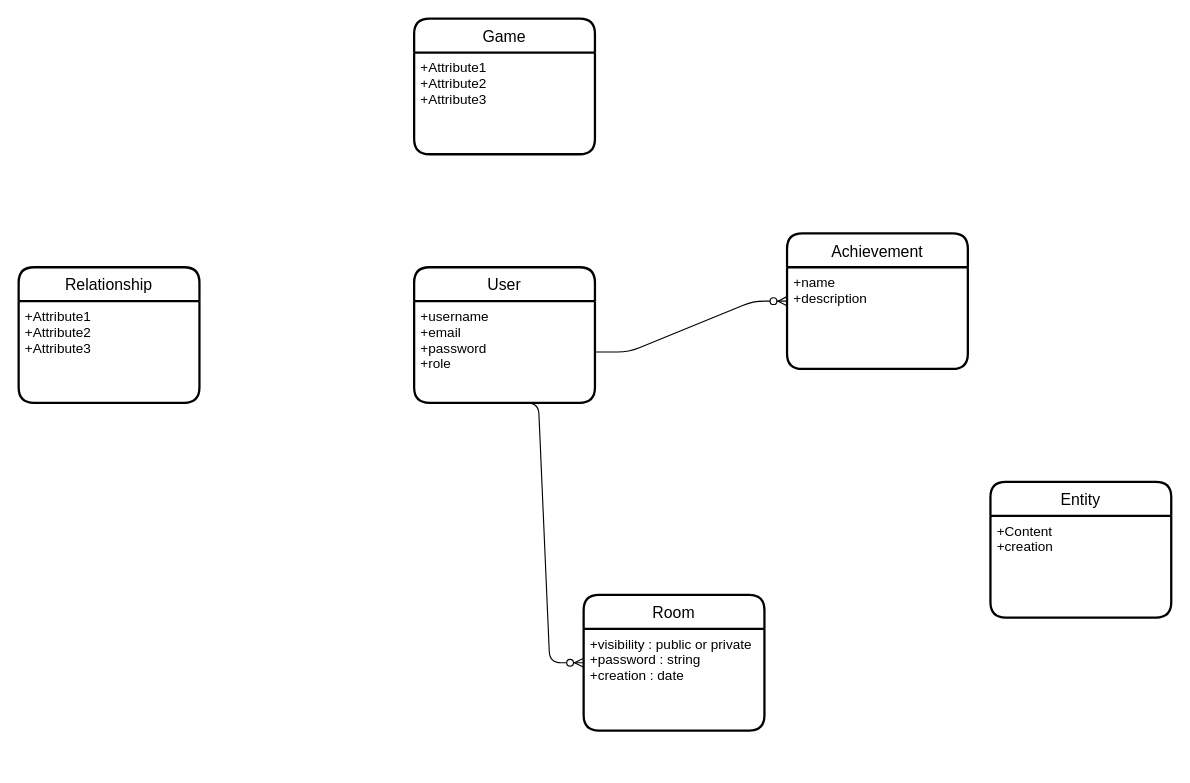
Above: reference/db-schema-relationship.drawio in Working-From-Home/ft_transcendence (draw.io), before the change. Source tidied: cells renumbered, new cells numbered last; positions are measured from the earlier drawing's top-left corner, leaving out a move shared by most shapes. Both pictures are drawn from the tidied source at 113%, with x=0, y=0 at pixel (18, 18).
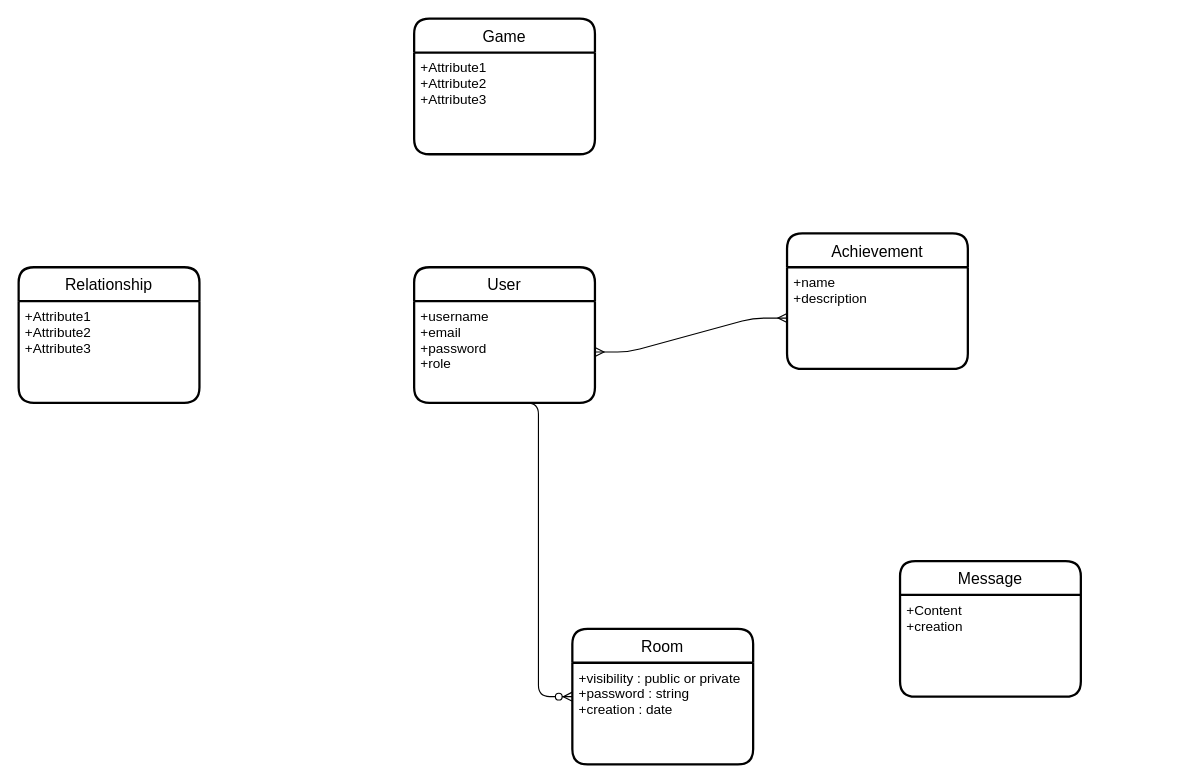
After the change.

Commit message (it also covers changes not shown here):
poc db schema

Change to the diagram source:
```diff
@@
 <mxGraphModel>
   <root>
     <mxCell id="0" />
     <mxCell id="1" parent="0" />
     <mxCell id="2" value="User" style="swimlane;horizontal=1;startSize=30;rounded=1;fontSize=14;fontStyle=0;strokeWidth=2;shadow=0;dashed=0;align=center;" parent="1" vertex="1">
       <mxGeometry x="350" y="220" width="160" height="120" as="geometry" />
     </mxCell>
     <mxCell id="3" value="+username&#10;+email&#10;+password&#10;+role" style="align=left;strokeColor=none;fillColor=none;spacingLeft=4;fontSize=12;verticalAlign=top;" parent="2" vertex="1">
       <mxGeometry y="30" width="160" height="90" as="geometry" />
     </mxCell>
     <mxCell id="4" value="Achievement" style="swimlane;horizontal=1;startSize=30;rounded=1;fontSize=14;fontStyle=0;strokeWidth=2;shadow=0;dashed=0;align=center;" parent="1" vertex="1">
       <mxGeometry x="680" y="190" width="160" height="120" as="geometry" />
     </mxCell>
     <mxCell id="5" value="+name&#10;+description" style="align=left;strokeColor=none;fillColor=none;spacingLeft=4;fontSize=12;verticalAlign=top;" parent="4" vertex="1">
       <mxGeometry y="30" width="160" height="90" as="geometry" />
     </mxCell>
     <mxCell id="6" value="Room" style="swimlane;horizontal=1;startSize=30;rounded=1;fontSize=14;fontStyle=0;strokeWidth=2;shadow=0;dashed=0;align=center;" parent="1" vertex="1">
-      <mxGeometry x="500" y="510" width="160" height="120" as="geometry" />
+      <mxGeometry x="490" y="540" width="160" height="120" as="geometry" />
     </mxCell>
     <mxCell id="7" value="+visibility : public or private&#10;+password : string&#10;+creation : date" style="align=left;strokeColor=none;fillColor=none;spacingLeft=4;fontSize=12;verticalAlign=top;" parent="6" vertex="1">
       <mxGeometry y="30" width="160" height="90" as="geometry" />
     </mxCell>
     <mxCell id="8" value="Game" style="swimlane;horizontal=1;startSize=30;rounded=1;fontSize=14;fontStyle=0;strokeWidth=2;shadow=0;dashed=0;align=center;" parent="1" vertex="1">
       <mxGeometry x="350" width="160" height="120" as="geometry" />
     </mxCell>
     <mxCell id="9" value="+Attribute1&#10;+Attribute2&#10;+Attribute3" style="align=left;strokeColor=none;fillColor=none;spacingLeft=4;fontSize=12;verticalAlign=top;" parent="8" vertex="1">
       <mxGeometry y="30" width="160" height="90" as="geometry" />
     </mxCell>
-    <mxCell id="10" style="edgeStyle=entityRelationEdgeStyle;fontSize=12;html=1;endArrow=ERzeroToMany;endFill=1;exitX=1;exitY=0.5;exitDx=0;exitDy=0;entryX=0;entryY=0.5;entryDx=0;entryDy=0;" parent="1" edge="1" source="3" target="4">
-      <mxGeometry relative="1" as="geometry" />
-    </mxCell>
     <mxCell id="11" style="edgeStyle=entityRelationEdgeStyle;fontSize=12;html=1;endArrow=ERzeroToMany;endFill=1;entryX=0;entryY=0.5;entryDx=0;entryDy=0;exitX=0.5;exitY=1;exitDx=0;exitDy=0;" parent="1" edge="1" source="3" target="6">
       <mxGeometry relative="1" as="geometry" />
     </mxCell>
-    <mxCell id="12" value="Entity" style="swimlane;horizontal=1;startSize=30;rounded=1;fontSize=14;fontStyle=0;strokeWidth=2;shadow=0;dashed=0;align=center;" parent="1" vertex="1">
-      <mxGeometry x="860" y="410" width="160" height="120" as="geometry" />
+    <mxCell id="12" value="Message" style="swimlane;horizontal=1;startSize=30;rounded=1;fontSize=14;fontStyle=0;strokeWidth=2;shadow=0;dashed=0;align=center;" parent="1" vertex="1">
+      <mxGeometry x="780" y="480" width="160" height="120" as="geometry" />
     </mxCell>
     <mxCell id="13" value="+Content&#10;+creation" style="align=left;strokeColor=none;fillColor=none;spacingLeft=4;fontSize=12;verticalAlign=top;" parent="12" vertex="1">
       <mxGeometry y="30" width="160" height="90" as="geometry" />
     </mxCell>
     <mxCell id="14" value="Relationship" style="swimlane;horizontal=1;startSize=30;rounded=1;fontSize=14;fontStyle=0;strokeWidth=2;shadow=0;dashed=0;align=center;" parent="1" vertex="1">
       <mxGeometry y="220" width="160" height="120" as="geometry" />
     </mxCell>
     <mxCell id="15" value="+Attribute1&#10;+Attribute2&#10;+Attribute3" style="align=left;strokeColor=none;fillColor=none;spacingLeft=4;fontSize=12;verticalAlign=top;" parent="14" vertex="1">
       <mxGeometry y="30" width="160" height="90" as="geometry" />
     </mxCell>
+    <mxCell id="16" style="edgeStyle=entityRelationEdgeStyle;fontSize=12;html=1;endArrow=ERmany;startArrow=ERmany;exitX=1;exitY=0.5;exitDx=0;exitDy=0;entryX=0;entryY=0.5;entryDx=0;entryDy=0;" parent="1" edge="1" source="3" target="5">
+      <mxGeometry relative="1" as="geometry" />
+    </mxCell>
   </root>
 </mxGraphModel>
```
